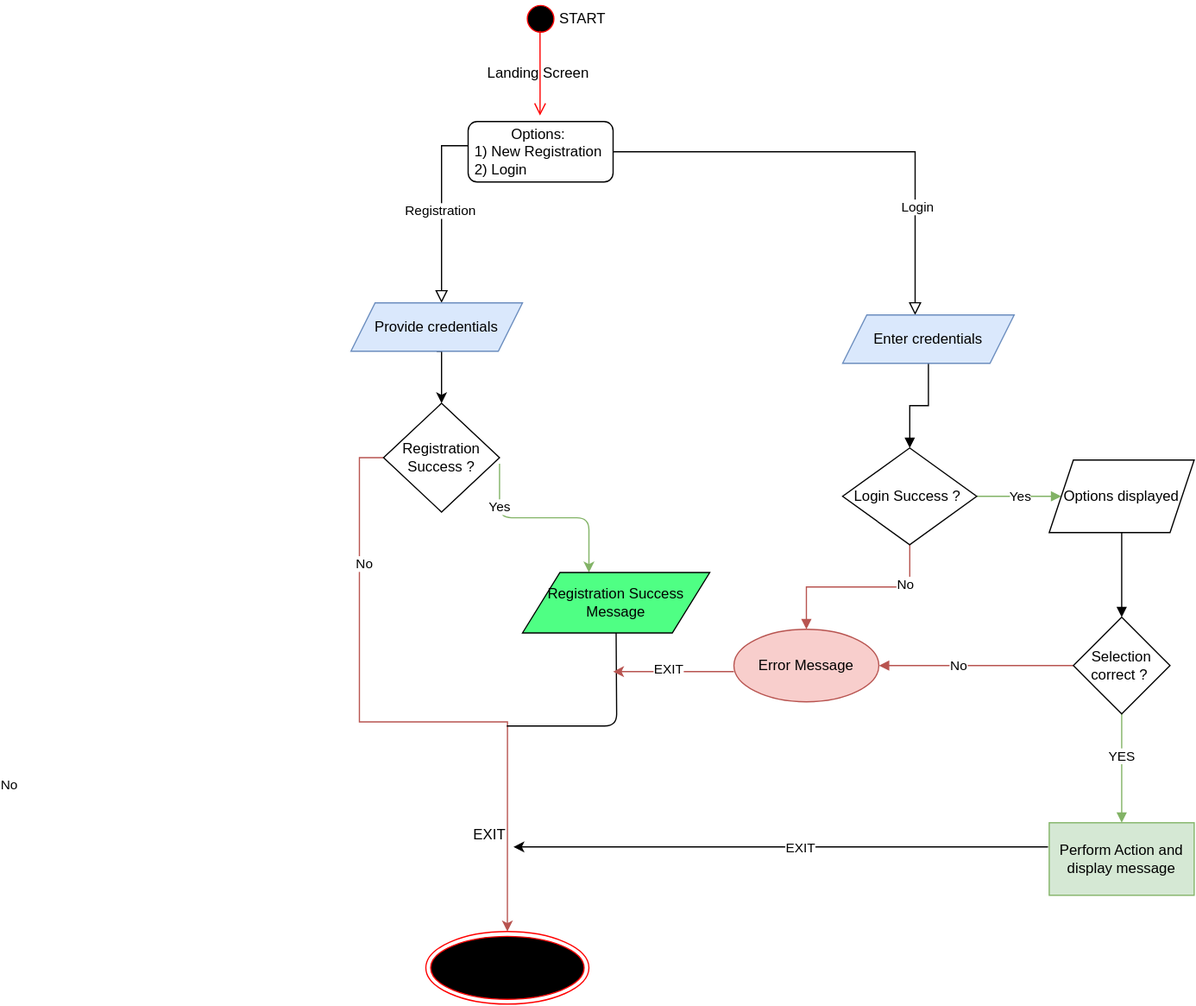
Before: LockMe.svg, a diagram exported from draw.io (git-yogeshsharma87/MyProjects). Source tidied: cells renumbered, new cells last; positions are measured from the earlier drawing's top-left corner, leaving out a move shared by most shapes. Source of this version:
```xml
<mxGraphModel>
  <root>
    <mxCell id="0" />
    <mxCell id="1" parent="0" />
    <mxCell id="2" style="rounded=0;html=1;jettySize=auto;fontSize=11;endArrow=block;endFill=0;endSize=8;strokeWidth=1;shadow=0;labelBackgroundColor=none;edgeStyle=orthogonalEdgeStyle;" parent="1" edge="1" source="4">
      <mxGeometry relative="1" as="geometry">
        <mxPoint x="75" y="250" as="targetPoint" />
        <Array as="points">
          <mxPoint x="75" y="120" />
        </Array>
      </mxGeometry>
    </mxCell>
    <mxCell id="3" value="Registration" style="edgeLabel;html=1;align=center;verticalAlign=middle;" parent="2" vertex="1">
      <mxGeometry y="-2" relative="1" as="geometry" />
    </mxCell>
    <mxCell id="4" value="Options:&amp;nbsp;&lt;br&gt;1) New Registration&amp;nbsp;&lt;br&gt;&lt;div style=&quot;text-align: left&quot;&gt;&lt;span&gt;2) Login&amp;nbsp;&lt;/span&gt;&lt;/div&gt;" style="rounded=1;whiteSpace=wrap;html=1;fontSize=12;glass=0;strokeWidth=1;shadow=0;" parent="1" vertex="1">
      <mxGeometry x="97" y="100" width="120" height="50" as="geometry" />
    </mxCell>
    <mxCell id="5" style="ellipse;html=1;shape=startState;fillColor=#000000;strokeColor=#ff0000;" parent="1" vertex="1">
      <mxGeometry x="142" width="30" height="30" as="geometry" />
    </mxCell>
    <mxCell id="6" style="edgeStyle=orthogonalEdgeStyle;html=1;verticalAlign=bottom;endArrow=open;endSize=8;strokeColor=#ff0000;" parent="1" edge="1">
      <mxGeometry relative="1" as="geometry">
        <mxPoint x="156.5" y="25" as="sourcePoint" />
        <mxPoint x="156.5" y="95" as="targetPoint" />
        <Array as="points">
          <mxPoint x="156.5" y="85" />
          <mxPoint x="156.5" y="85" />
        </Array>
      </mxGeometry>
    </mxCell>
    <mxCell id="7" value="START" style="text;html=1;strokeColor=none;fillColor=none;align=center;verticalAlign=middle;whiteSpace=wrap;rounded=0;" parent="1" vertex="1">
      <mxGeometry x="172" y="5" width="40" height="20" as="geometry" />
    </mxCell>
    <mxCell id="8" value="Landing Screen&amp;nbsp;" style="text;html=1;strokeColor=none;fillColor=none;align=center;verticalAlign=middle;whiteSpace=wrap;rounded=0;" parent="1" vertex="1">
      <mxGeometry x="77" y="50" width="160" height="20" as="geometry" />
    </mxCell>
    <mxCell id="9" style="rounded=0;html=1;jettySize=auto;fontSize=11;endArrow=block;endFill=0;endSize=8;strokeWidth=1;shadow=0;labelBackgroundColor=none;edgeStyle=orthogonalEdgeStyle;exitX=1;exitY=0.5;exitDx=0;exitDy=0;" parent="1" edge="1" source="4">
      <mxGeometry relative="1" as="geometry">
        <mxPoint x="467" y="260" as="targetPoint" />
        <Array as="points">
          <mxPoint x="467" y="125" />
        </Array>
      </mxGeometry>
    </mxCell>
    <mxCell id="10" value="Login" style="edgeLabel;html=1;align=center;verticalAlign=middle;" parent="9" vertex="1">
      <mxGeometry x="0.54" y="1" relative="1" as="geometry" />
    </mxCell>
    <mxCell id="11" style="edgeStyle=orthogonalEdgeStyle;rounded=0;jettySize=auto;html=1;exitX=0;exitY=0.5;exitDx=0;exitDy=0;entryX=0.5;entryY=0;entryDx=0;entryDy=0;fillColor=#f8cecc;strokeColor=#b85450;" parent="1" edge="1" source="15" target="21">
      <mxGeometry relative="1" as="geometry" />
    </mxCell>
    <mxCell id="12" value="No" style="edgeLabel;html=1;align=center;verticalAlign=middle;" parent="11" vertex="1">
      <mxGeometry x="-0.46" y="-1" relative="1" as="geometry">
        <mxPoint x="-290" y="145" as="offset" />
      </mxGeometry>
    </mxCell>
    <mxCell id="13" value="&lt;font style=&quot;font-size: 11px&quot;&gt;No&lt;/font&gt;" style="edgeLabel;html=1;align=center;verticalAlign=middle;" parent="11" vertex="1">
      <mxGeometry x="-0.6" y="3" relative="1" as="geometry" />
    </mxCell>
    <mxCell id="14" style="edgeStyle=orthogonalEdgeStyle;rounded=0;jettySize=auto;html=1;exitX=0.5;exitY=1;exitDx=0;exitDy=0;entryX=0.5;entryY=0;entryDx=0;entryDy=0;" parent="1" edge="1" source="19" target="15">
      <mxGeometry relative="1" as="geometry">
        <Array as="points">
          <mxPoint x="75" y="290" />
        </Array>
      </mxGeometry>
    </mxCell>
    <mxCell id="15" value="Registration&lt;br&gt;Success ?" style="rhombus;whiteSpace=wrap;html=1;" parent="1" vertex="1">
      <mxGeometry x="27" y="333" width="96" height="90" as="geometry" />
    </mxCell>
    <mxCell id="16" style="edgeStyle=elbowEdgeStyle;elbow=vertical;endArrow=classic;html=1;fillColor=#d5e8d4;strokeColor=#82b366;" parent="1" edge="1">
      <mxGeometry relative="1" as="geometry">
        <mxPoint x="123" y="383" as="sourcePoint" />
        <mxPoint x="197" y="473" as="targetPoint" />
      </mxGeometry>
    </mxCell>
    <mxCell id="17" value="Yes" style="edgeLabel;html=1;align=center;verticalAlign=middle;" parent="16" vertex="1">
      <mxGeometry x="-0.56" y="-1" relative="1" as="geometry" />
    </mxCell>
    <mxCell id="18" value="Registration Success Message" style="shape=parallelogram;perimeter=parallelogramPerimeter;whiteSpace=wrap;html=1;dashed=0;fillColor=#4FFF84;" parent="1" vertex="1">
      <mxGeometry x="142" y="473" width="155" height="50" as="geometry" />
    </mxCell>
    <mxCell id="19" value="Provide credentials" style="shape=parallelogram;perimeter=parallelogramPerimeter;whiteSpace=wrap;html=1;fixedSize=1;fillColor=#dae8fc;strokeColor=#6c8ebf;" parent="1" vertex="1">
      <mxGeometry y="250" width="142" height="40" as="geometry" />
    </mxCell>
    <mxCell id="20" style="endArrow=none;html=1;entryX=0.5;entryY=1;entryDx=0;entryDy=0;" parent="1" edge="1">
      <mxGeometry relative="1" as="geometry">
        <mxPoint x="129" y="600" as="sourcePoint" />
        <mxPoint x="219.5" y="523" as="targetPoint" />
        <Array as="points">
          <mxPoint x="220" y="600" />
        </Array>
      </mxGeometry>
    </mxCell>
    <mxCell id="21" style="ellipse;html=1;shape=endState;fillColor=#000000;strokeColor=#ff0000;" parent="1" vertex="1">
      <mxGeometry x="62" y="770" width="135" height="60" as="geometry" />
    </mxCell>
    <mxCell id="22" value="EXIT" style="text;html=1;strokeColor=none;fillColor=none;align=center;verticalAlign=middle;whiteSpace=wrap;rounded=0;" parent="1" vertex="1">
      <mxGeometry x="94.5" y="680" width="40" height="20" as="geometry" />
    </mxCell>
    <mxCell id="23" style="edgeStyle=orthogonalEdgeStyle;rounded=0;jettySize=auto;html=1;endArrow=block;endFill=1;" parent="1" edge="1" source="24" target="28">
      <mxGeometry relative="1" as="geometry" />
    </mxCell>
    <mxCell id="24" value="Enter credentials" style="shape=parallelogram;perimeter=parallelogramPerimeter;whiteSpace=wrap;html=1;fixedSize=1;fillColor=#dae8fc;strokeColor=#6c8ebf;" parent="1" vertex="1">
      <mxGeometry x="407" y="260" width="142" height="40" as="geometry" />
    </mxCell>
    <mxCell id="25" value="Yes" style="edgeStyle=orthogonalEdgeStyle;rounded=0;jettySize=auto;html=1;endArrow=block;endFill=1;fillColor=#d5e8d4;strokeColor=#82b366;" parent="1" edge="1" source="28" target="30">
      <mxGeometry relative="1" as="geometry" />
    </mxCell>
    <mxCell id="26" style="edgeStyle=orthogonalEdgeStyle;rounded=0;jettySize=auto;html=1;endArrow=block;endFill=1;fillColor=#f8cecc;strokeColor=#b85450;" parent="1" edge="1" source="28" target="37">
      <mxGeometry relative="1" as="geometry" />
    </mxCell>
    <mxCell id="27" value="No" style="edgeLabel;html=1;align=center;verticalAlign=middle;" parent="26" vertex="1">
      <mxGeometry x="-0.58" y="-4" relative="1" as="geometry">
        <mxPoint y="-1" as="offset" />
      </mxGeometry>
    </mxCell>
    <mxCell id="28" value="Login Success ?&amp;nbsp;" style="rhombus;whiteSpace=wrap;html=1;fillColor=#FFFFFF;" parent="1" vertex="1">
      <mxGeometry x="407" y="370" width="111" height="80" as="geometry" />
    </mxCell>
    <mxCell id="29" style="edgeStyle=orthogonalEdgeStyle;rounded=0;jettySize=auto;html=1;endArrow=block;endFill=1;" parent="1" edge="1" source="30" target="35">
      <mxGeometry relative="1" as="geometry" />
    </mxCell>
    <mxCell id="30" value="Options displayed" style="shape=parallelogram;perimeter=parallelogramPerimeter;whiteSpace=wrap;html=1;fixedSize=1;fillColor=#FFFFFF;" parent="1" vertex="1">
      <mxGeometry x="578" y="380" width="120" height="60" as="geometry" />
    </mxCell>
    <mxCell id="31" style="edgeStyle=orthogonalEdgeStyle;rounded=0;jettySize=auto;html=1;endArrow=block;endFill=1;fillColor=#d5e8d4;strokeColor=#82b366;" parent="1" edge="1" source="35" target="36">
      <mxGeometry relative="1" as="geometry" />
    </mxCell>
    <mxCell id="32" value="YES" style="edgeLabel;html=1;align=center;verticalAlign=middle;" parent="31" vertex="1">
      <mxGeometry x="-0.27" y="-1" relative="1" as="geometry">
        <mxPoint y="1" as="offset" />
      </mxGeometry>
    </mxCell>
    <mxCell id="33" style="edgeStyle=orthogonalEdgeStyle;rounded=0;jettySize=auto;html=1;endArrow=block;endFill=1;fillColor=#f8cecc;strokeColor=#b85450;" parent="1" edge="1" source="35" target="37">
      <mxGeometry relative="1" as="geometry" />
    </mxCell>
    <mxCell id="34" value="No" style="edgeLabel;html=1;align=center;verticalAlign=middle;" parent="33" vertex="1">
      <mxGeometry x="0.19" y="-1" relative="1" as="geometry" />
    </mxCell>
    <mxCell id="35" value="Selection correct ?&amp;nbsp;" style="rhombus;whiteSpace=wrap;html=1;fillColor=#FFFFFF;" parent="1" vertex="1">
      <mxGeometry x="598" y="510" width="80" height="80" as="geometry" />
    </mxCell>
    <mxCell id="36" value="Perform Action and display message" style="whiteSpace=wrap;html=1;fillColor=#d5e8d4;strokeColor=#82b366;" parent="1" vertex="1">
      <mxGeometry x="578" y="680" width="120" height="60" as="geometry" />
    </mxCell>
    <mxCell id="37" value="Error Message" style="ellipse;whiteSpace=wrap;html=1;fillColor=#f8cecc;strokeColor=#b85450;" parent="1" vertex="1">
      <mxGeometry x="317" y="520" width="120" height="60" as="geometry" />
    </mxCell>
    <mxCell id="38" style="endArrow=classic;html=1;fillColor=#f8cecc;strokeColor=#b85450;" parent="1" edge="1">
      <mxGeometry relative="1" as="geometry">
        <mxPoint x="317" y="555" as="sourcePoint" />
        <mxPoint x="217" y="555" as="targetPoint" />
      </mxGeometry>
    </mxCell>
    <mxCell id="39" value="EXIT" style="edgeLabel;html=1;align=center;verticalAlign=middle;" parent="38" vertex="1">
      <mxGeometry x="0.09" y="-3" relative="1" as="geometry" />
    </mxCell>
    <mxCell id="40" style="endArrow=classic;html=1;entryX=1;entryY=1;entryDx=0;entryDy=0;" parent="1" edge="1" target="22">
      <mxGeometry relative="1" as="geometry">
        <mxPoint x="577" y="700" as="sourcePoint" />
        <Array as="points">
          <mxPoint x="397" y="700" />
        </Array>
      </mxGeometry>
    </mxCell>
    <mxCell id="41" value="EXIT" style="edgeLabel;html=1;align=center;verticalAlign=middle;" parent="40" vertex="1">
      <mxGeometry x="-0.07" relative="1" as="geometry" />
    </mxCell>
  </root>
</mxGraphModel>
```
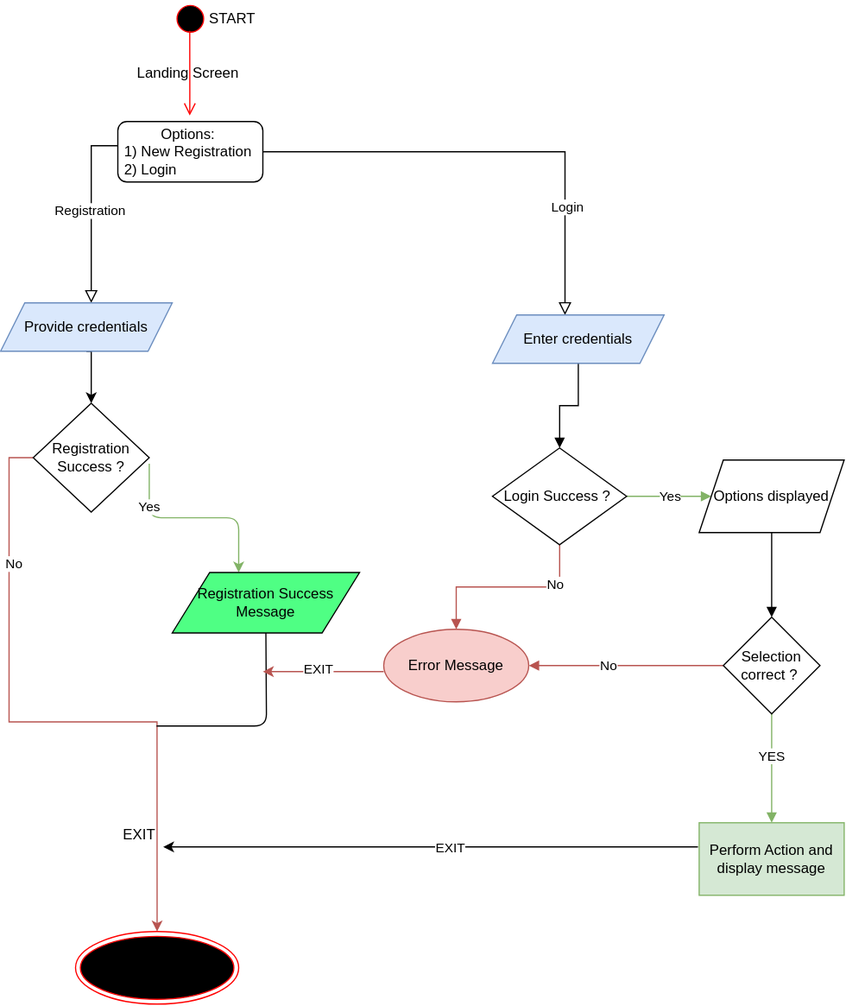
The same diagram one commit later.

Commit message:
updated flow diagram

What changed in the source:
```diff
@@ -49,11 +49,6 @@
     <mxCell id="11" style="edgeStyle=orthogonalEdgeStyle;rounded=0;jettySize=auto;html=1;exitX=0;exitY=0.5;exitDx=0;exitDy=0;entryX=0.5;entryY=0;entryDx=0;entryDy=0;fillColor=#f8cecc;strokeColor=#b85450;" parent="1" edge="1" source="15" target="21">
       <mxGeometry relative="1" as="geometry" />
     </mxCell>
-    <mxCell id="12" value="No" style="edgeLabel;html=1;align=center;verticalAlign=middle;" parent="11" vertex="1">
-      <mxGeometry x="-0.46" y="-1" relative="1" as="geometry">
-        <mxPoint x="-290" y="145" as="offset" />
-      </mxGeometry>
-    </mxCell>
     <mxCell id="13" value="&lt;font style=&quot;font-size: 11px&quot;&gt;No&lt;/font&gt;" style="edgeLabel;html=1;align=center;verticalAlign=middle;" parent="11" vertex="1">
       <mxGeometry x="-0.6" y="3" relative="1" as="geometry" />
     </mxCell>
```
